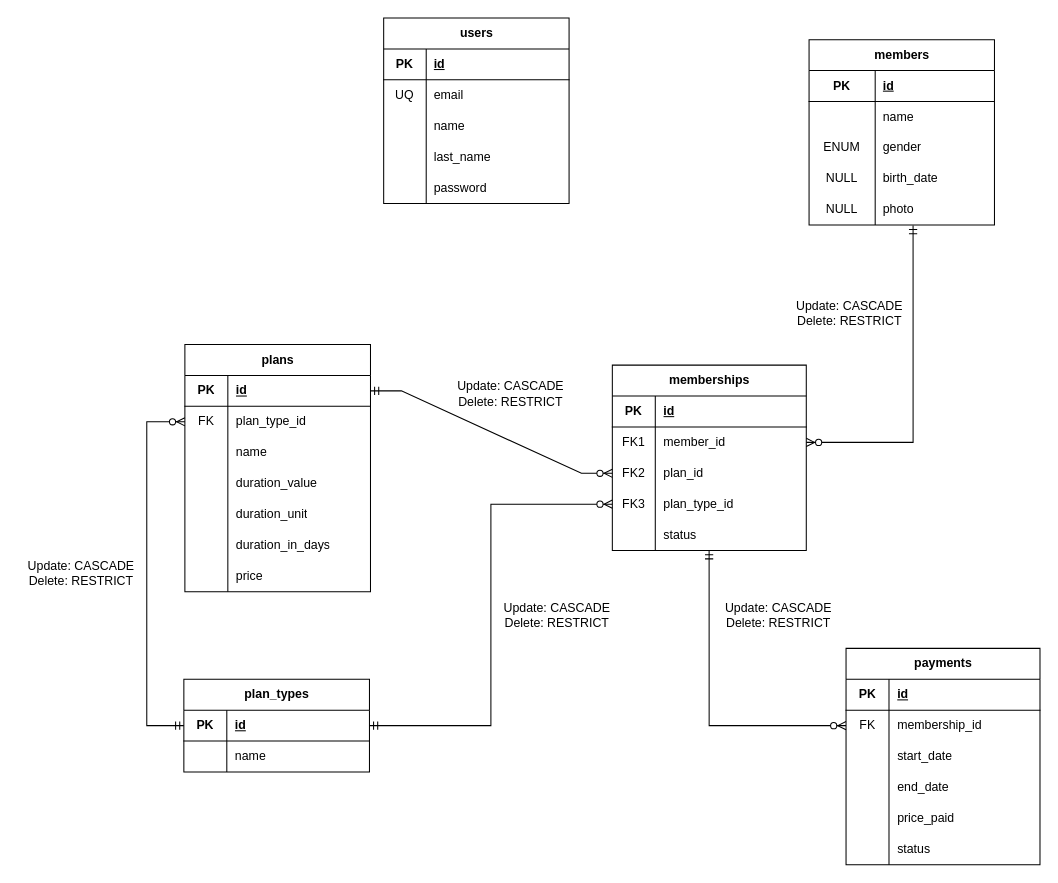
Before: docs/logical-design.drawio in hdz-kevin/TecnoGym, a draw.io diagram. Source tidied: cells renumbered, new cells numbered last; positions are measured from the earlier drawing's top-left corner, leaving out a move shared by most shapes. Both pictures are drawn from the tidied source at 103%, with x=0, y=0 at pixel (18, 18).
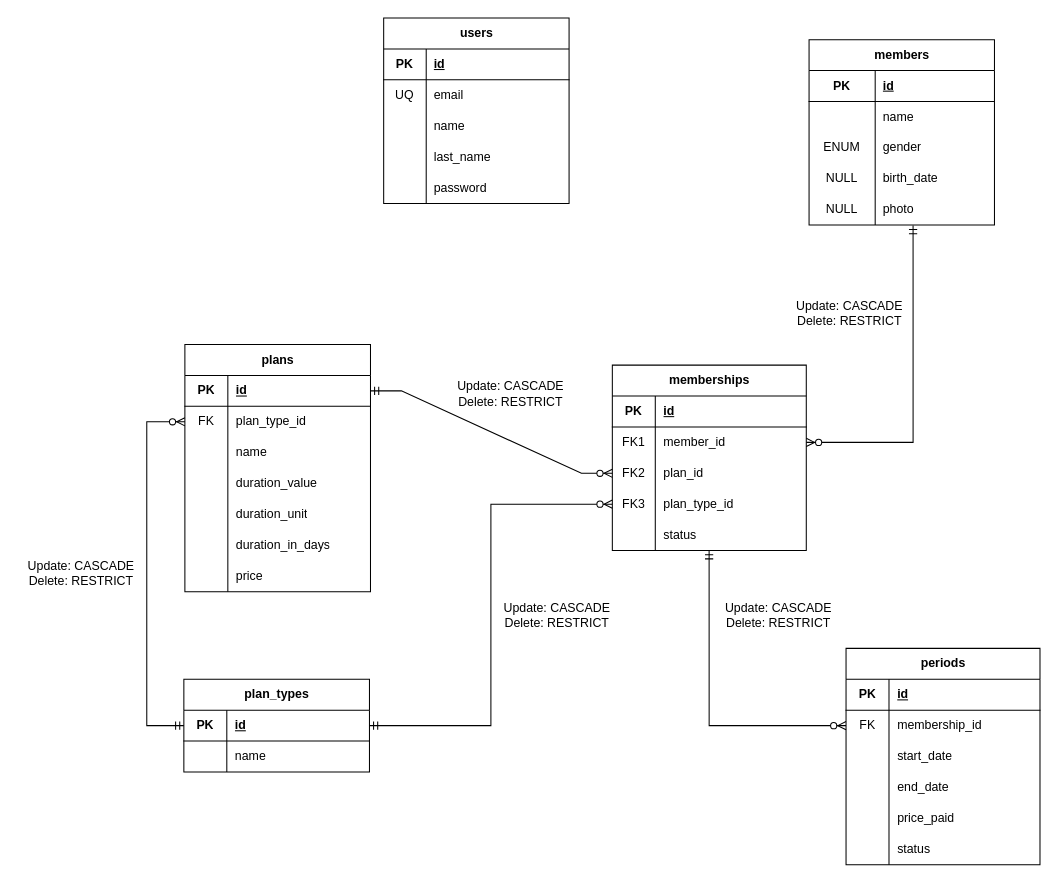
After the change.

Diff of the diagram source:
```diff
@@
-    <mxCell id="87" value="payments" style="shape=table;startSize=30;childLayout=tableLayout;rowLines=0;fontStyle=1;align=center;html=1;" parent="1" vertex="1">
+    <mxCell id="87" value="periods" style="shape=table;startSize=30;childLayout=tableLayout;rowLines=0;fontStyle=1;align=center;html=1;" parent="1" vertex="1">
       <mxGeometry x="803.9" y="612" width="188.3" height="210" as="geometry" />
     </mxCell>
```
